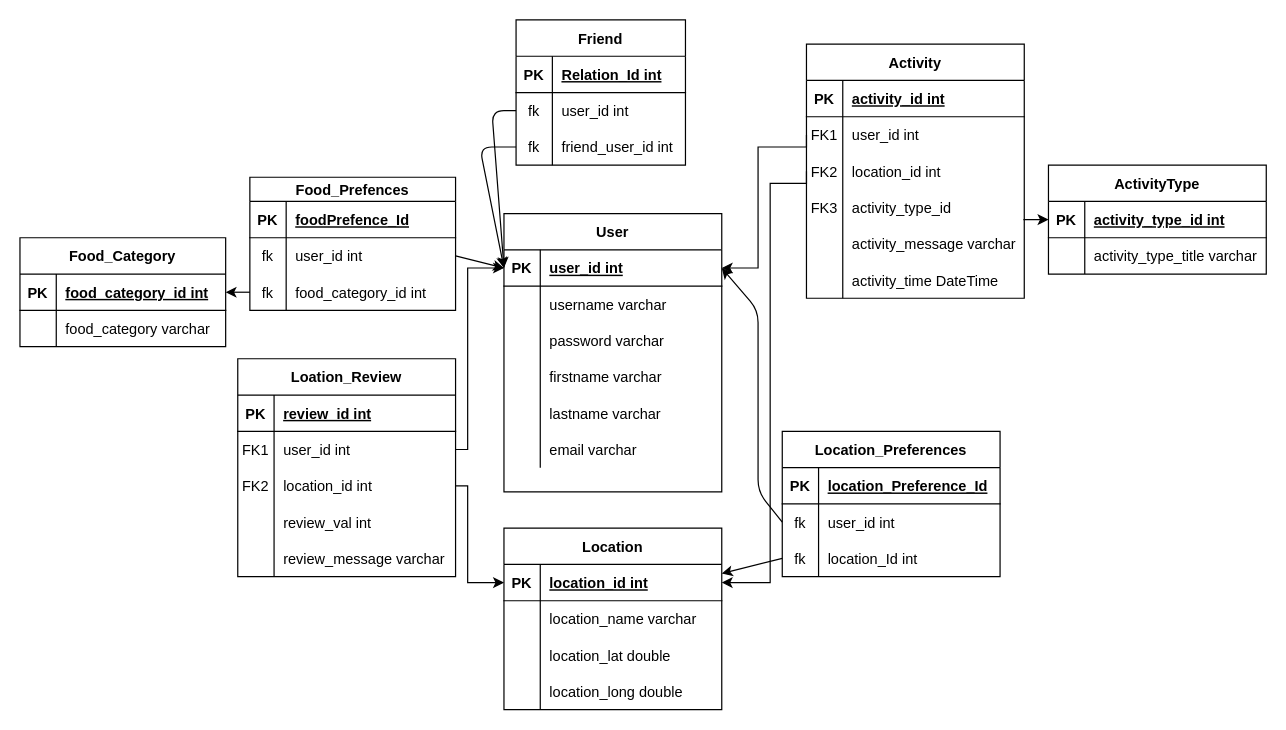
Before: design_documents/Foodie-Go-Entity-Relationship-Diagram.drawio in BlakePatterson/Foodie-Go, a draw.io diagram. Source tidied: cells renumbered, new cells numbered last; positions are measured from the earlier drawing's top-left corner, leaving out a move shared by most shapes. Both pictures are drawn from the tidied source at 121%, with x=0, y=0 at pixel (19, 19).
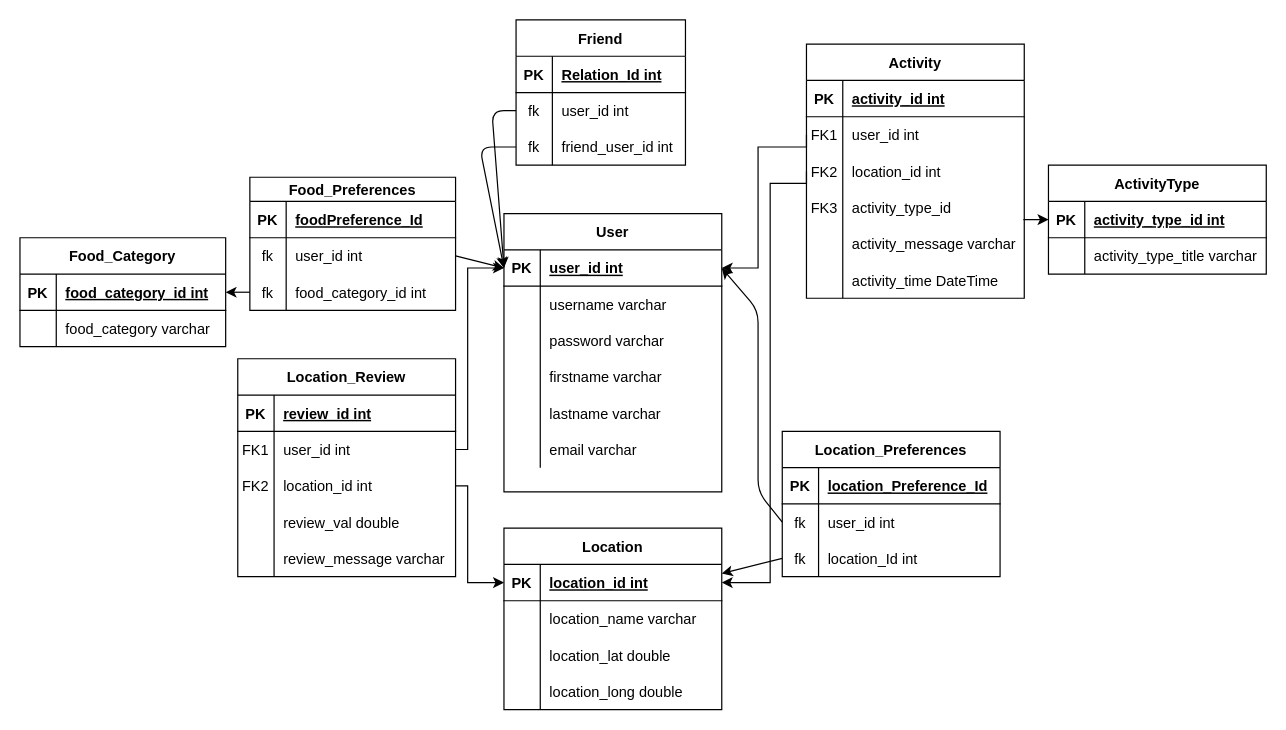
The same diagram, later.

Commit message:
corrected review_val type, fixed typos

Unchanged cells that the change refers to:
```xml
<mxCell id="26" style="shape=partialRectangle;fillColor=none;top=0;left=0;right=0;bottom=0;" parent="16" vertex="1">
  <mxGeometry y="120" width="180" height="30" as="geometry" />
</mxCell>
<mxCell id="101" style="shape=partialRectangle;fillColor=none;top=0;left=0;right=0;bottom=1;" parent="100" vertex="1">
  <mxGeometry y="20" width="170" height="30" as="geometry" />
</mxCell>
```

The edit, as a diff of the source:
```diff
@@
-    <mxCell id="16" value="Loation_Review" style="shape=table;startSize=30;childLayout=tableLayout;rowLines=0;fontStyle=1;align=center;" parent="1" vertex="1">
+    <mxCell id="16" value="Location_Review" style="shape=table;startSize=30;childLayout=tableLayout;rowLines=0;fontStyle=1;align=center;" parent="1" vertex="1">
       <mxGeometry x="180" y="280" width="180" height="180" as="geometry" />
     </mxCell>
@@
-    <mxCell id="28" value="review_val int" style="shape=partialRectangle;overflow=hidden;fillColor=none;top=0;left=0;bottom=0;right=0;align=left;spacingLeft=6;" parent="26" vertex="1">
+    <mxCell id="28" value="review_val double" style="shape=partialRectangle;overflow=hidden;fillColor=none;top=0;left=0;bottom=0;right=0;align=left;spacingLeft=6;" parent="26" vertex="1">
       <mxGeometry x="30" width="150" height="30" as="geometry" />
     </mxCell>
@@
-    <mxCell id="100" value="Food_Prefences" style="shape=table;startSize=20;childLayout=tableLayout;rowLines=0;fontStyle=1;align=center;" parent="1" vertex="1">
+    <mxCell id="100" value="Food_Preferences" style="shape=table;startSize=20;childLayout=tableLayout;rowLines=0;fontStyle=1;align=center;" parent="1" vertex="1">
       <mxGeometry x="190" y="130" width="170" height="110" as="geometry" />
     </mxCell>
@@
-    <mxCell id="103" value="foodPrefence_Id" style="shape=partialRectangle;overflow=hidden;fillColor=none;top=0;left=0;bottom=0;right=0;align=left;spacingLeft=6;fontStyle=5;" parent="101" vertex="1">
+    <mxCell id="103" value="foodPreference_Id" style="shape=partialRectangle;overflow=hidden;fillColor=none;top=0;left=0;bottom=0;right=0;align=left;spacingLeft=6;fontStyle=5;" parent="101" vertex="1">
       <mxGeometry x="30" width="140" height="30" as="geometry" />
     </mxCell>
```
